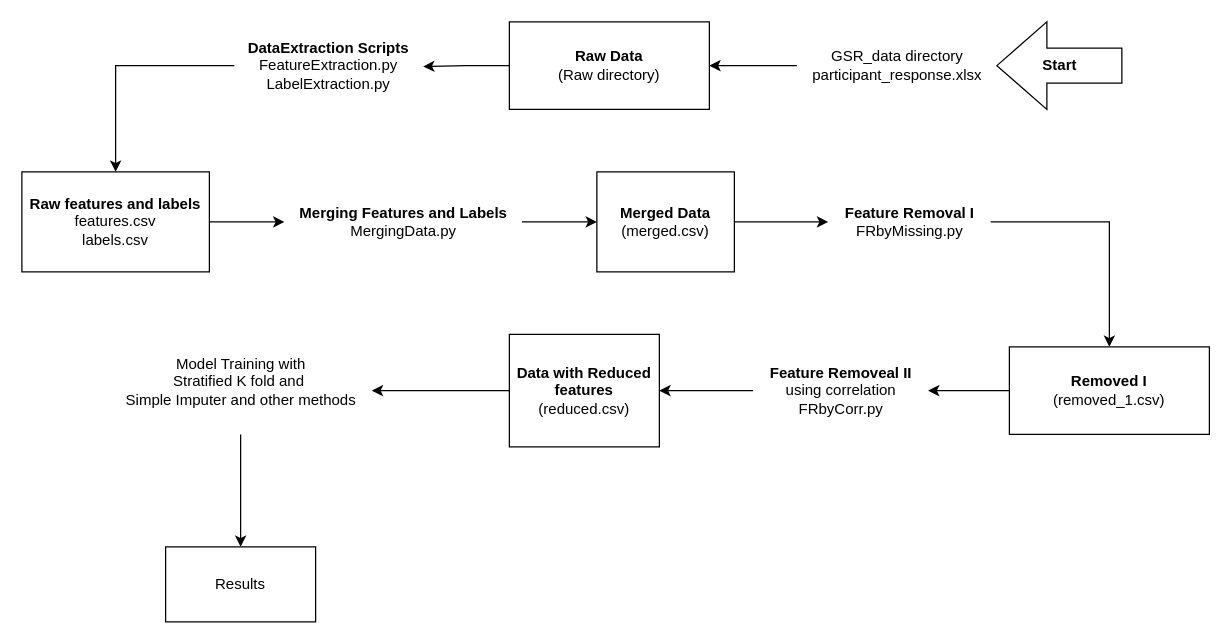
vickvey/Project-PPG keeps this draw.io diagram as ViewPipeline/pipeline.drawio. Above is the earlier version. Source tidied: cells renumbered, new cells numbered last; positions are measured from the earlier drawing's top-left corner, leaving out a move shared by most shapes. Both pictures are drawn from the tidied source at 125%, with x=0, y=0 at pixel (21, 21).
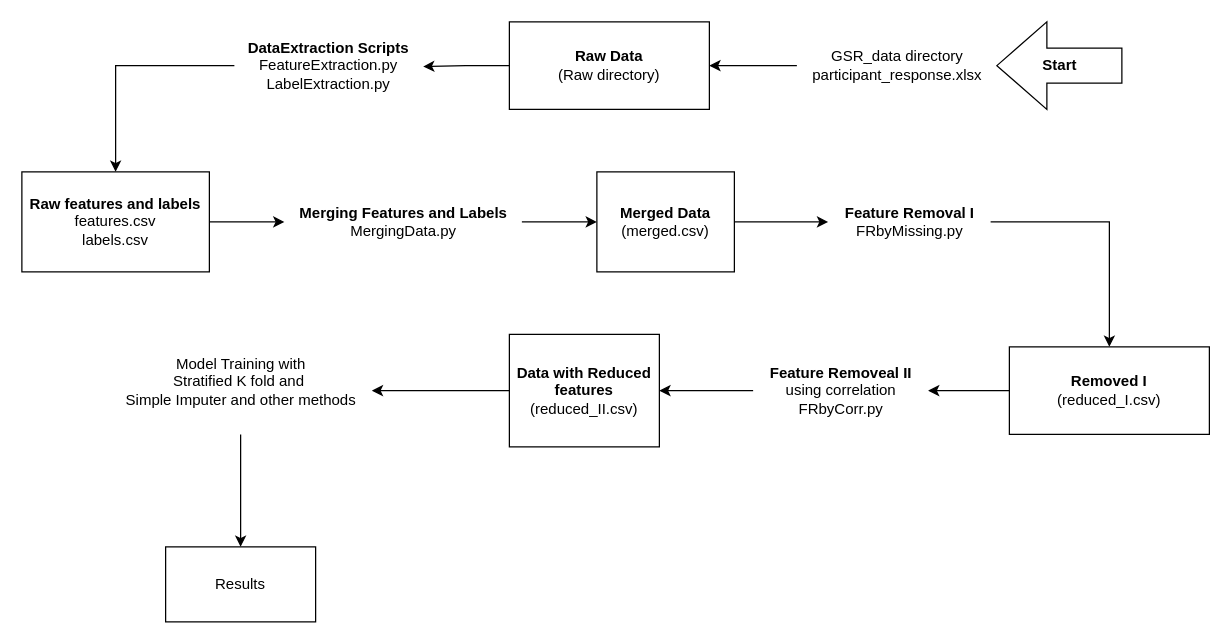
After the change.

Diff of the diagram source:
```diff
@@
-    <mxCell id="17" value="&lt;div&gt;&lt;div&gt;&lt;div&gt;&lt;b&gt;Removed I&lt;/b&gt;&lt;/div&gt;&lt;div&gt;(removed_1.csv)&lt;/div&gt;&lt;/div&gt;&lt;/div&gt;" style="whiteSpace=wrap;html=1;" parent="1" vertex="1">
+    <mxCell id="17" value="&lt;div&gt;&lt;div&gt;&lt;div&gt;&lt;b&gt;Removed I&lt;/b&gt;&lt;/div&gt;&lt;div&gt;(reduced_I.csv)&lt;/div&gt;&lt;/div&gt;&lt;/div&gt;" style="whiteSpace=wrap;html=1;" parent="1" vertex="1">
       <mxGeometry x="790" y="260" width="160" height="70" as="geometry" />
     </mxCell>
@@
-    <mxCell id="21" value="&lt;b&gt;Data with Reduced features&lt;/b&gt;&lt;div&gt;(reduced.csv)&lt;/div&gt;" style="whiteSpace=wrap;html=1;" parent="1" vertex="1">
+    <mxCell id="21" value="&lt;b&gt;Data with Reduced features&lt;/b&gt;&lt;div&gt;(reduced_II.csv)&lt;/div&gt;" style="whiteSpace=wrap;html=1;" parent="1" vertex="1">
       <mxGeometry x="390" y="250" width="120" height="90" as="geometry" />
     </mxCell>
```
